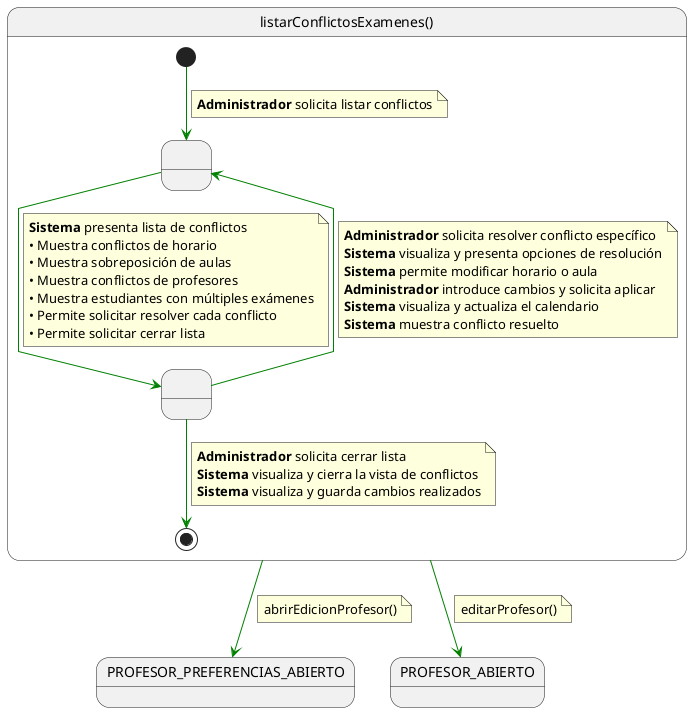
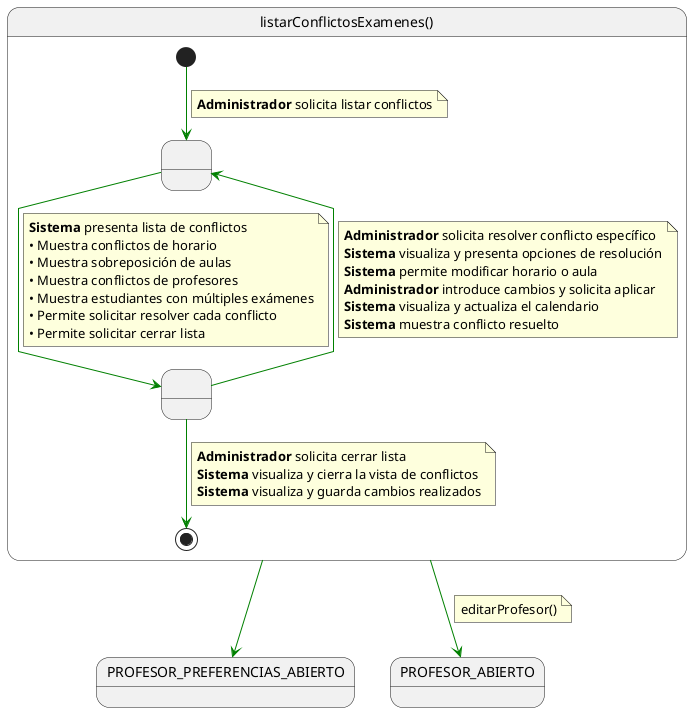
@startuml listarConflictosExamenes

skinparam linetype polyline

state listarConflictosExamenes as "listarConflictosExamenes()" {

state " " as MostrandoConflictos
state " " as ResolviendoConflictos

[*] -[#green]-> MostrandoConflictos
note on link
<b>Administrador</b> solicita listar conflictos
end note

MostrandoConflictos -[#green]-> ResolviendoConflictos
note on link
<b>Sistema</b> presenta lista de conflictos
• Muestra conflictos de horario
• Muestra sobreposición de aulas
• Muestra conflictos de profesores
• Muestra estudiantes con múltiples exámenes
• Permite solicitar resolver cada conflicto
• Permite solicitar cerrar lista
end note

ResolviendoConflictos -[#green]-> MostrandoConflictos
note on link
<b>Administrador</b> solicita resolver conflicto específico
<b>Sistema</b> visualiza y presenta opciones de resolución
<b>Sistema</b> permite modificar horario o aula
<b>Administrador</b> introduce cambios y solicita aplicar
<b>Sistema</b> visualiza y actualiza el calendario
<b>Sistema</b> muestra conflicto resuelto
end note

ResolviendoConflictos -[#green]-> [*]
note on link
<b>Administrador</b> solicita cerrar lista
<b>Sistema</b> visualiza y cierra la vista de conflictos
<b>Sistema</b> visualiza y guarda cambios realizados
end note
}

listarConflictosExamenes -[#green]-> PROFESOR_PREFERENCIAS_ABIERTO
- note on link
- abrirEdicionProfesor()
- end note

listarConflictosExamenes -[#green]-> PROFESOR_ABIERTO
note on link
editarProfesor()
end note

@enduml